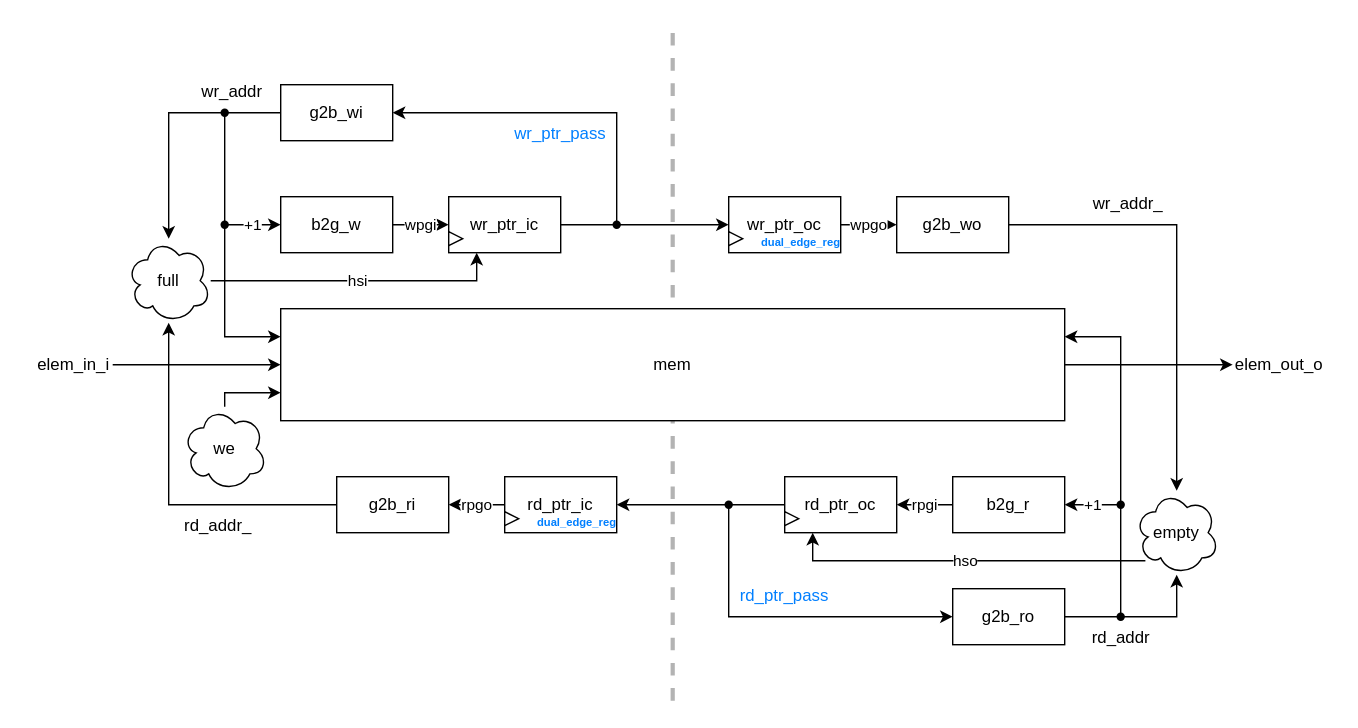
Above: document/cdc_fifo_des.svg in ADN-VLSI/T202604 (draw.io), before the change. Source tidied: cells renumbered, new cells last; positions are measured from the earlier drawing's top-left corner, leaving out a move shared by most shapes.
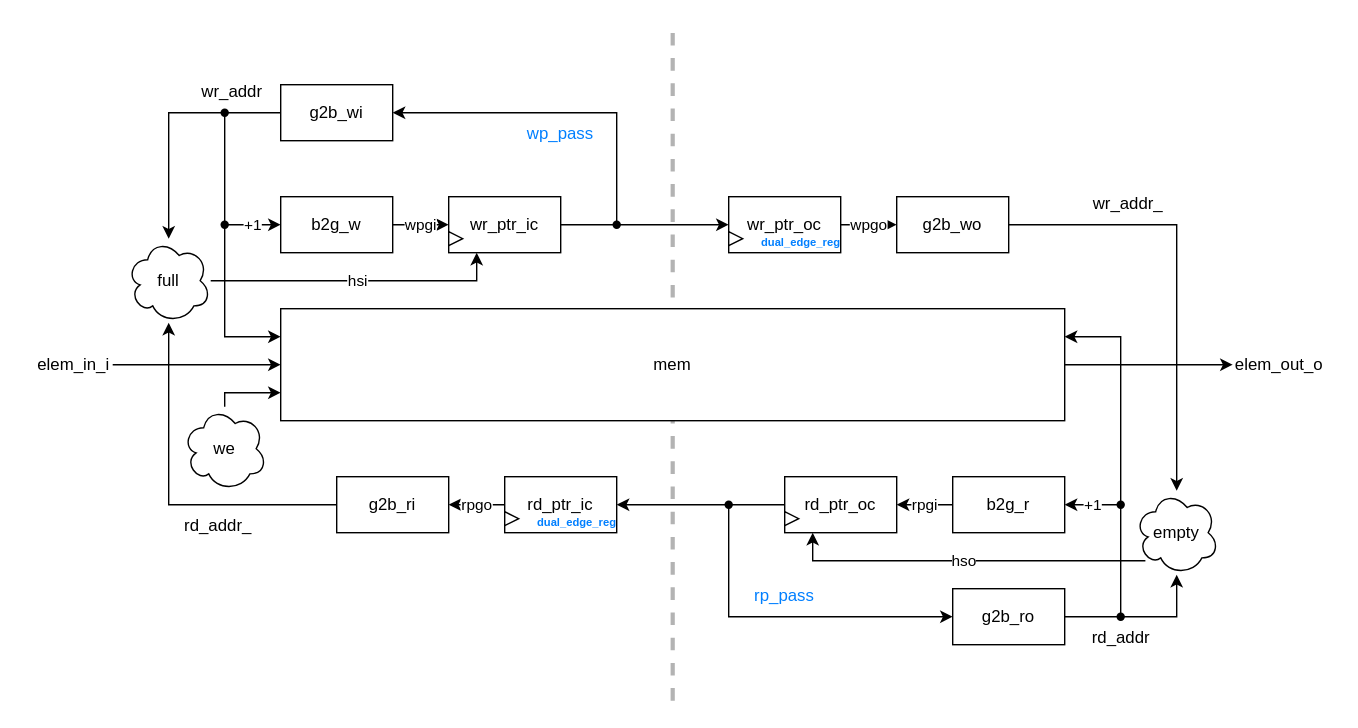
After the commit.

Commit message:
Refactor cdc_fifo module to enhance pointer handling and synchronization

- Added new logic for write and read pointers to support clock domain crossing.
- Introduced wp_pass and rp_pass signals for write and read pointer synchronization.
- Updated bin_to_gray and gray_to_bin instances to accommodate new pointer logic.
- Improved clarity and organization of signal definitions and comments.

Diff of the diagram source:
```diff
@@ -188,10 +188,10 @@
     <mxCell id="51" value="g2b_ro" style="rounded=0;whiteSpace=wrap;html=1;" parent="1" vertex="1">
       <mxGeometry x="680" y="420" width="80" height="40" as="geometry" />
     </mxCell>
-    <mxCell id="52" value="wr_ptr_pass" style="whiteSpace=wrap;html=1;strokeColor=none;fillColor=none;fontColor=#007FFF;" parent="1" vertex="1">
+    <mxCell id="52" value="wp_pass" style="whiteSpace=wrap;html=1;strokeColor=none;fillColor=none;fontColor=#007FFF;" parent="1" vertex="1">
       <mxGeometry x="360" y="80" width="80" height="30" as="geometry" />
     </mxCell>
-    <mxCell id="53" value="rd_ptr_pass" style="whiteSpace=wrap;html=1;strokeColor=none;fillColor=none;fontColor=#007FFF;" parent="1" vertex="1">
+    <mxCell id="53" value="rp_pass" style="whiteSpace=wrap;html=1;strokeColor=none;fillColor=none;fontColor=#007FFF;" parent="1" vertex="1">
       <mxGeometry x="520" y="410" width="80" height="30" as="geometry" />
     </mxCell>
     <mxCell id="54" value="&amp;nbsp;+1&amp;nbsp;" style="edgeStyle=orthogonalEdgeStyle;rounded=0;jettySize=auto;html=1;" parent="1" edge="1" source="55" target="7">
```
